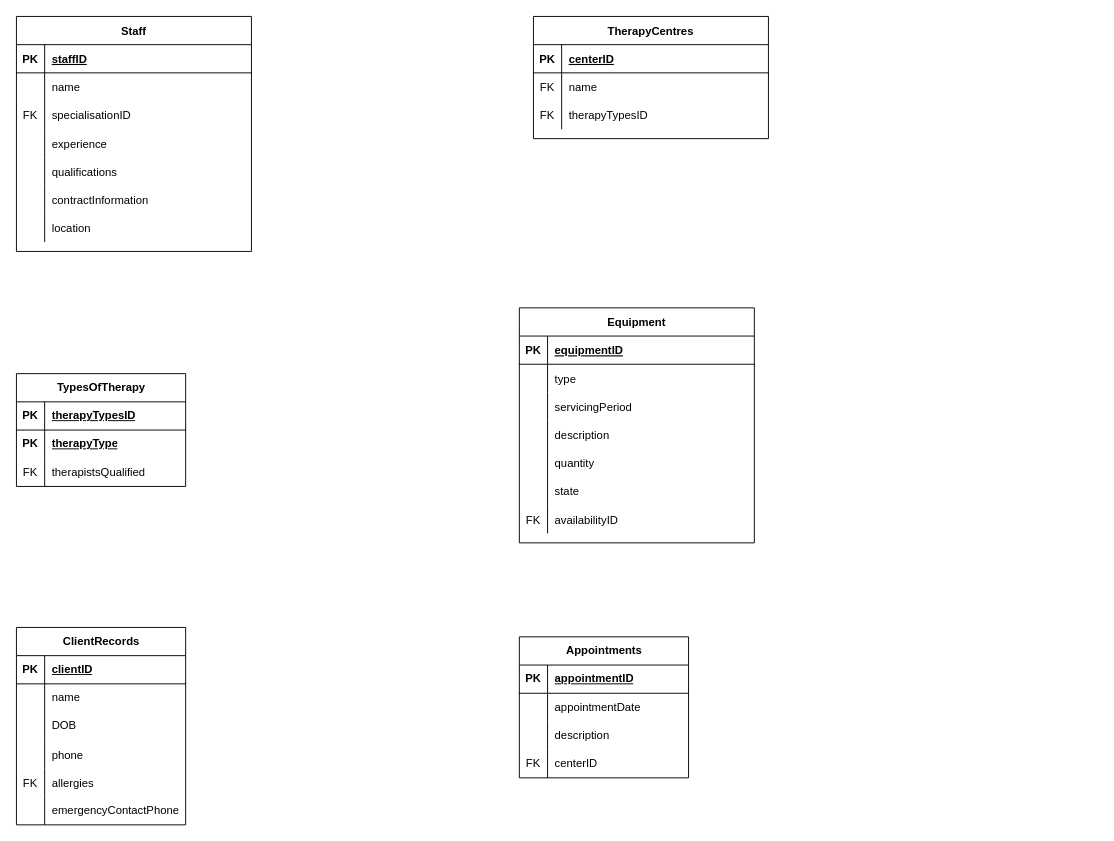
GreenFella/databaseclass keeps this draw.io diagram as Assignment3A.drawio. Above is the earlier version. Source tidied: cells renumbered, new cells numbered last; positions are measured from the earlier drawing's top-left corner, leaving out a move shared by most shapes. Both pictures are drawn from the tidied source at 94%, with x=0, y=0 at pixel (16, 16).
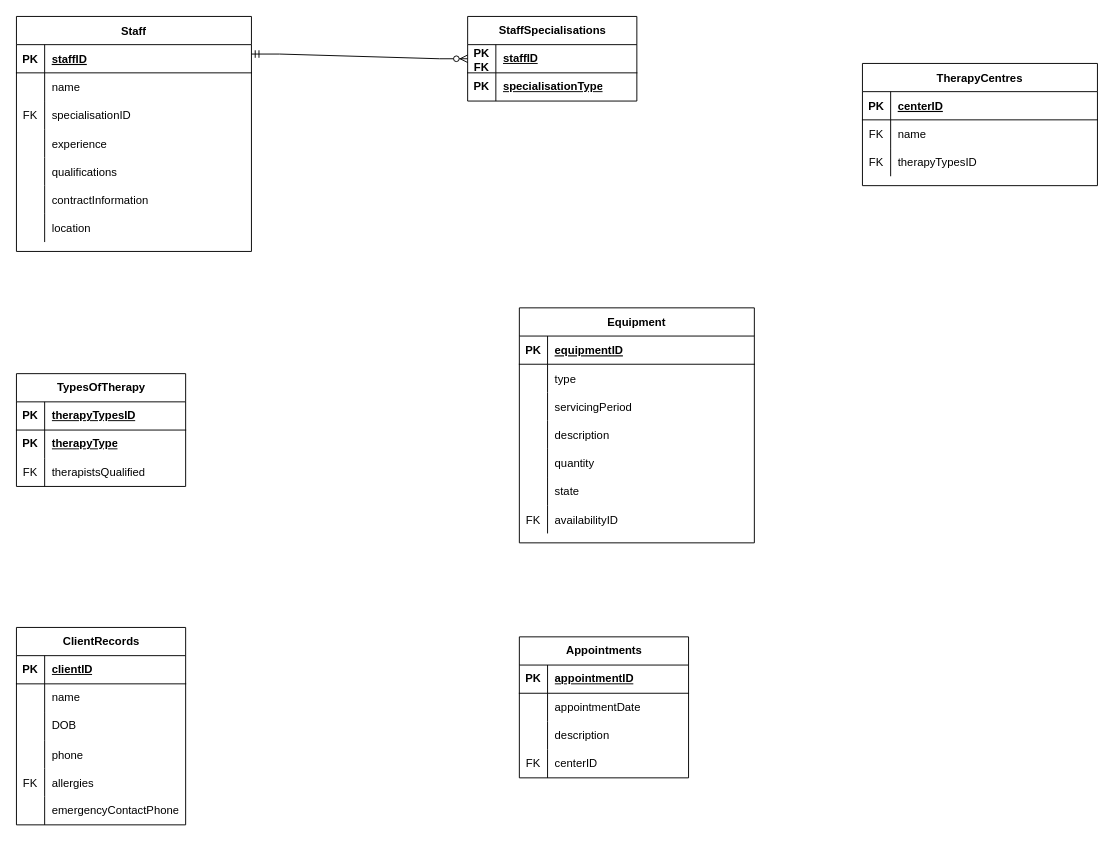
The same page after the edit.

What changed in the source:
```diff
@@
     <mxCell id="2" value="TherapyCentres" style="shape=table;startSize=30;childLayout=tableLayout;rowLines=0;fontStyle=1;align=center;" parent="1" vertex="1">
-      <mxGeometry x="550" width="250" height="130" as="geometry" />
+      <mxGeometry x="900" y="50" width="250" height="130" as="geometry" />
     </mxCell>
@@
+    <mxCell id="98" value="StaffSpecialisations" style="shape=table;startSize=30;childLayout=tableLayout;rowLines=0;fontStyle=1;align=center;html=1;" parent="1" vertex="1">
+      <mxGeometry x="480" width="180" height="90" as="geometry" />
+    </mxCell>
+    <mxCell id="99" style="shape=tableRow;horizontal=0;startSize=0;swimlaneHead=0;swimlaneBody=0;fillColor=none;points=[[0,0.5],[1,0.5]];portConstraint=eastwest;top=0;left=0;right=0;bottom=1;" parent="98" vertex="1">
+      <mxGeometry y="30" width="180" height="30" as="geometry" />
+    </mxCell>
+    <mxCell id="100" value="PK FK" style="shape=partialRectangle;fillColor=none;top=0;left=0;bottom=0;right=0;fontStyle=1;overflow=hidden;whiteSpace=wrap;html=1;" parent="99" vertex="1">
+      <mxGeometry width="30" height="30" as="geometry" />
+    </mxCell>
+    <mxCell id="101" value="&lt;span style=&quot;text-align: center; text-wrap: nowrap;&quot;&gt;staffID&lt;/span&gt;" style="shape=partialRectangle;fillColor=none;top=0;left=0;bottom=0;right=0;align=left;spacingLeft=6;fontStyle=5;overflow=hidden;whiteSpace=wrap;html=1;" parent="99" vertex="1">
+      <mxGeometry x="30" width="150" height="30" as="geometry" />
+    </mxCell>
+    <mxCell id="102" style="shape=tableRow;horizontal=0;startSize=0;swimlaneHead=0;swimlaneBody=0;fillColor=none;top=0;left=0;right=0;bottom=0;" parent="98" vertex="1">
+      <mxGeometry y="60" width="180" height="30" as="geometry" />
+    </mxCell>
+    <mxCell id="103" value="&lt;b&gt;PK&lt;/b&gt;" style="shape=partialRectangle;fillColor=none;top=0;left=0;bottom=0;right=0;overflow=hidden;whiteSpace=wrap;html=1;" parent="102" vertex="1">
+      <mxGeometry width="30" height="30" as="geometry" />
+    </mxCell>
+    <mxCell id="104" value="&lt;u&gt;&lt;b&gt;specialisationType&lt;/b&gt;&lt;/u&gt;" style="shape=partialRectangle;fillColor=none;top=0;left=0;bottom=0;right=0;align=left;spacingLeft=6;overflow=hidden;whiteSpace=wrap;html=1;" parent="102" vertex="1">
+      <mxGeometry x="30" width="150" height="30" as="geometry" />
+    </mxCell>
+    <mxCell id="105" style="edgeStyle=entityRelationEdgeStyle;fontSize=12;html=1;endArrow=ERzeroToMany;startArrow=ERmandOne;rounded=0;" parent="1" edge="1" target="99">
+      <mxGeometry relative="1" as="geometry">
+        <mxPoint x="250" y="40" as="sourcePoint" />
+      </mxGeometry>
+    </mxCell>
```
